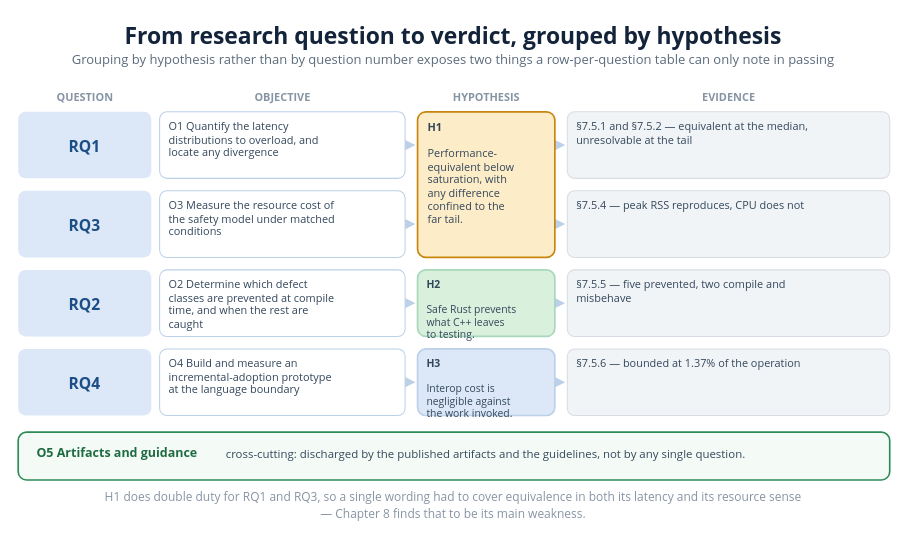
VienThanh12/Master-Thesis keeps this draw.io diagram as diagrams/22_traceability_map.drawio. Above is the earlier version. Source tidied: cells renumbered, new cells numbered last; positions are measured from the earlier drawing's top-left corner, leaving out a move shared by most shapes. Both pictures are drawn from the tidied source at 104%, with x=0, y=0 at pixel (18, 17).
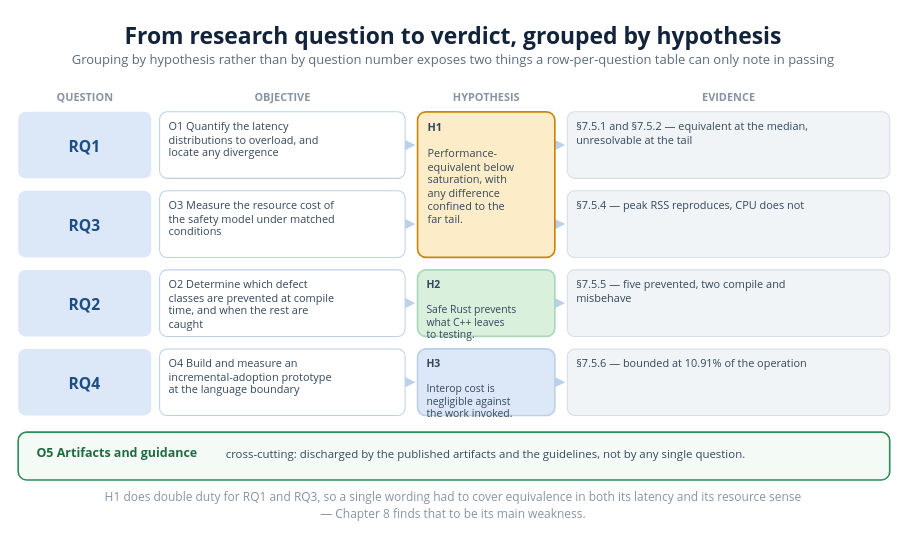
After the change.

What changed in the source:
```diff
@@
-    <mxCell id="25" value="§7.5.6 — bounded at 1.37% of the operation" style="rounded=1;whiteSpace=wrap;html=1;absoluteArcSize=1;arcSize=14;fillColor=#f1f4f7;strokeColor=#d7dde3;strokeWidth=1.0;align=left;verticalAlign=top;spacingLeft=7;spacingTop=1;spacingRight=6;fontSize=10.5;fontColor=#33475b;fontFamily=Segoe UI;" parent="1" vertex="1">
+    <mxCell id="25" value="§7.5.6 — bounded at 10.91% of the operation" style="rounded=1;whiteSpace=wrap;html=1;absoluteArcSize=1;arcSize=14;fillColor=#f1f4f7;strokeColor=#d7dde3;strokeWidth=1.0;align=left;verticalAlign=top;spacingLeft=7;spacingTop=1;spacingRight=6;fontSize=10.5;fontColor=#33475b;fontFamily=Segoe UI;" parent="1" vertex="1">
       <mxGeometry x="528" y="319" width="310" height="64" as="geometry" />
     </mxCell>
```
